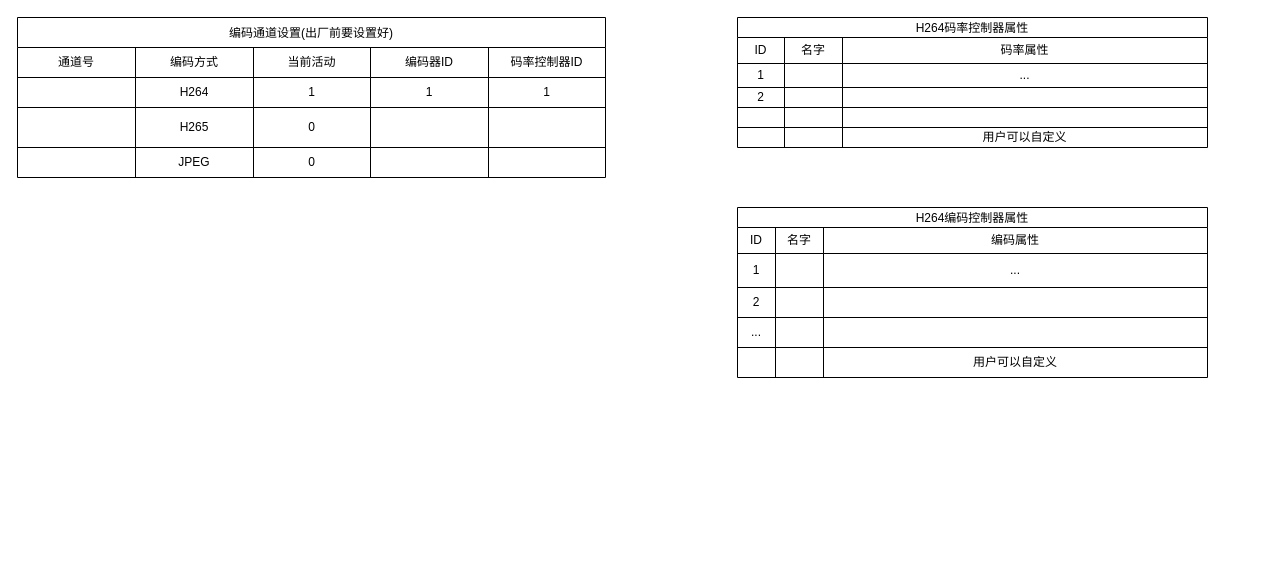
Before: mc6630_venc.drawio in chendong-2023/cmd, a draw.io diagram. Source tidied: cells renumbered, new cells numbered last; positions are measured from the earlier drawing's top-left corner, leaving out a move shared by most shapes. Both pictures are drawn from the tidied source at 100%, with x=0, y=0 at pixel (17, 17).
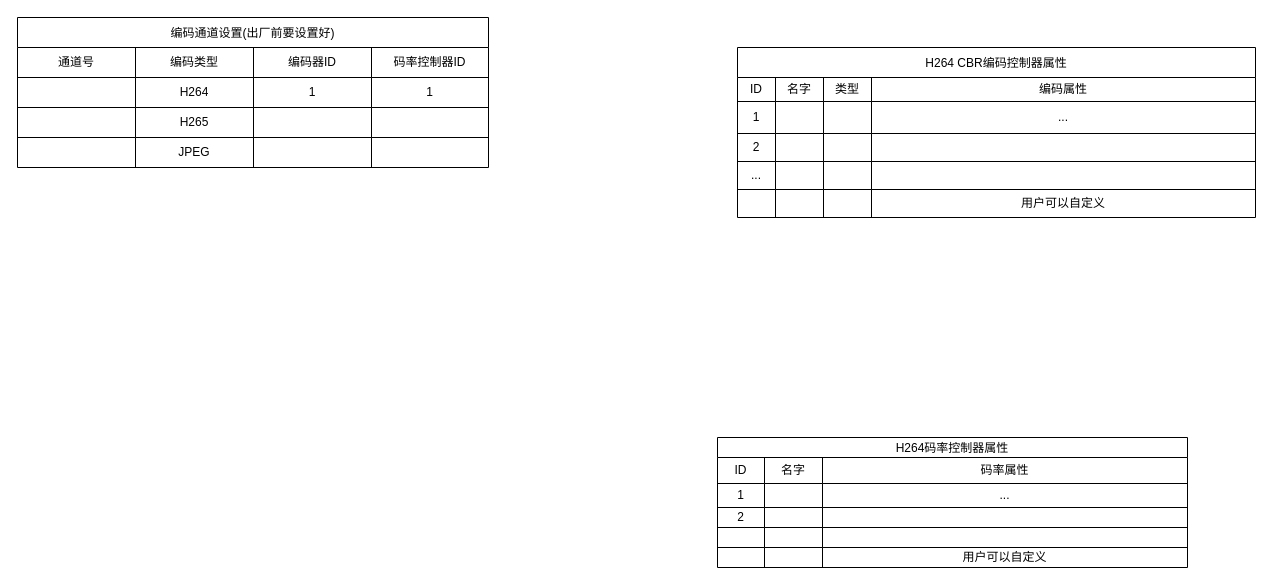
The same diagram, later.

Commit message (it also covers changes not shown here):
更新mc6630_venc

Diff of the diagram source:
```diff
@@
     <mxCell id="3" value="编码通道设置(出厂前要设置好)" style="shape=table;startSize=30;childLayout=tableLayout;" parent="1" vertex="1">
-      <mxGeometry width="588" height="160" as="geometry" />
+      <mxGeometry width="471" height="150" as="geometry" />
     </mxCell>
     <mxCell id="4" style="shape=tableRow;horizontal=0;startSize=0;swimlaneHead=0;swimlaneBody=0;strokeColor=inherit;top=0;left=0;bottom=0;right=0;fillColor=none;" parent="3" vertex="1">
-      <mxGeometry y="30" width="588" height="30" as="geometry" />
+      <mxGeometry y="30" width="471" height="30" as="geometry" />
     </mxCell>
@@
-    <mxCell id="6" value="编码方式" style="shape=partialRectangle;html=1;whiteSpace=wrap;strokeColor=inherit;overflow=hidden;fillColor=none;top=0;left=0;bottom=0;right=0;" parent="4" vertex="1">
+    <mxCell id="6" value="编码类型" style="shape=partialRectangle;html=1;whiteSpace=wrap;strokeColor=inherit;overflow=hidden;fillColor=none;top=0;left=0;bottom=0;right=0;" parent="4" vertex="1">
       <mxGeometry x="118" width="118" height="30" as="geometry" />
     </mxCell>
-    <mxCell id="7" value="当前活动" style="shape=partialRectangle;html=1;whiteSpace=wrap;strokeColor=inherit;overflow=hidden;fillColor=none;top=0;left=0;bottom=0;right=0;" parent="4" vertex="1">
-      <mxGeometry x="236" width="117" height="30" as="geometry" />
-    </mxCell>
     <mxCell id="8" value="编码器ID" style="shape=partialRectangle;html=1;whiteSpace=wrap;strokeColor=inherit;overflow=hidden;fillColor=none;top=0;left=0;bottom=0;right=0;" parent="4" vertex="1">
-      <mxGeometry x="353" width="118" height="30" as="geometry" />
+      <mxGeometry x="236" width="118" height="30" as="geometry" />
     </mxCell>
     <mxCell id="9" value="码率控制器ID" style="shape=partialRectangle;html=1;whiteSpace=wrap;strokeColor=inherit;overflow=hidden;fillColor=none;top=0;left=0;bottom=0;right=0;" parent="4" vertex="1">
-      <mxGeometry x="471" width="117" height="30" as="geometry" />
+      <mxGeometry x="354" width="117" height="30" as="geometry" />
     </mxCell>
     <mxCell id="10" style="shape=tableRow;horizontal=0;startSize=0;swimlaneHead=0;swimlaneBody=0;strokeColor=inherit;top=0;left=0;bottom=0;right=0;fillColor=none;" parent="3" vertex="1">
-      <mxGeometry y="60" width="588" height="30" as="geometry" />
+      <mxGeometry y="60" width="471" height="30" as="geometry" />
     </mxCell>
@@
-    <mxCell id="13" value="1" style="shape=partialRectangle;html=1;whiteSpace=wrap;strokeColor=inherit;overflow=hidden;fillColor=none;top=0;left=0;bottom=0;right=0;" parent="10" vertex="1">
-      <mxGeometry x="236" width="117" height="30" as="geometry" />
-    </mxCell>
     <mxCell id="14" value="1" style="shape=partialRectangle;html=1;whiteSpace=wrap;strokeColor=inherit;overflow=hidden;fillColor=none;top=0;left=0;bottom=0;right=0;" parent="10" vertex="1">
-      <mxGeometry x="353" width="118" height="30" as="geometry" />
+      <mxGeometry x="236" width="118" height="30" as="geometry" />
     </mxCell>
     <mxCell id="15" value="1" style="shape=partialRectangle;html=1;whiteSpace=wrap;strokeColor=inherit;overflow=hidden;fillColor=none;top=0;left=0;bottom=0;right=0;" parent="10" vertex="1">
-      <mxGeometry x="471" width="117" height="30" as="geometry" />
+      <mxGeometry x="354" width="117" height="30" as="geometry" />
     </mxCell>
     <mxCell id="16" style="shape=tableRow;horizontal=0;startSize=0;swimlaneHead=0;swimlaneBody=0;strokeColor=inherit;top=0;left=0;bottom=0;right=0;fillColor=none;" parent="3" vertex="1">
-      <mxGeometry y="90" width="588" height="40" as="geometry" />
+      <mxGeometry y="90" width="471" height="30" as="geometry" />
     </mxCell>
     <mxCell id="17" style="shape=partialRectangle;html=1;whiteSpace=wrap;strokeColor=inherit;overflow=hidden;fillColor=none;top=0;left=0;bottom=0;right=0;" parent="16" vertex="1">
-      <mxGeometry width="118" height="40" as="geometry" />
+      <mxGeometry width="118" height="30" as="geometry" />
     </mxCell>
     <mxCell id="18" value="H265" style="shape=partialRectangle;html=1;whiteSpace=wrap;strokeColor=inherit;overflow=hidden;fillColor=none;top=0;left=0;bottom=0;right=0;" parent="16" vertex="1">
-      <mxGeometry x="118" width="118" height="40" as="geometry" />
+      <mxGeometry x="118" width="118" height="30" as="geometry" />
     </mxCell>
-    <mxCell id="19" value="0" style="shape=partialRectangle;html=1;whiteSpace=wrap;strokeColor=inherit;overflow=hidden;fillColor=none;top=0;left=0;bottom=0;right=0;" parent="16" vertex="1">
-      <mxGeometry x="236" width="117" height="40" as="geometry" />
-    </mxCell>
     <mxCell id="20" style="shape=partialRectangle;html=1;whiteSpace=wrap;strokeColor=inherit;overflow=hidden;fillColor=none;top=0;left=0;bottom=0;right=0;" parent="16" vertex="1">
-      <mxGeometry x="353" width="118" height="40" as="geometry" />
+      <mxGeometry x="236" width="118" height="30" as="geometry" />
     </mxCell>
     <mxCell id="21" style="shape=partialRectangle;html=1;whiteSpace=wrap;strokeColor=inherit;overflow=hidden;fillColor=none;top=0;left=0;bottom=0;right=0;" parent="16" vertex="1">
-      <mxGeometry x="471" width="117" height="40" as="geometry" />
+      <mxGeometry x="354" width="117" height="30" as="geometry" />
     </mxCell>
     <mxCell id="22" style="shape=tableRow;horizontal=0;startSize=0;swimlaneHead=0;swimlaneBody=0;strokeColor=inherit;top=0;left=0;bottom=0;right=0;fillColor=none;" parent="3" vertex="1">
-      <mxGeometry y="130" width="588" height="30" as="geometry" />
+      <mxGeometry y="120" width="471" height="30" as="geometry" />
     </mxCell>
@@
-    <mxCell id="25" value="0" style="shape=partialRectangle;html=1;whiteSpace=wrap;strokeColor=inherit;overflow=hidden;fillColor=none;top=0;left=0;bottom=0;right=0;" parent="22" vertex="1">
-      <mxGeometry x="236" width="117" height="30" as="geometry" />
-    </mxCell>
     <mxCell id="26" style="shape=partialRectangle;html=1;whiteSpace=wrap;strokeColor=inherit;overflow=hidden;fillColor=none;top=0;left=0;bottom=0;right=0;" parent="22" vertex="1">
-      <mxGeometry x="353" width="118" height="30" as="geometry" />
+      <mxGeometry x="236" width="118" height="30" as="geometry" />
     </mxCell>
     <mxCell id="27" style="shape=partialRectangle;html=1;whiteSpace=wrap;strokeColor=inherit;overflow=hidden;fillColor=none;top=0;left=0;bottom=0;right=0;" parent="22" vertex="1">
-      <mxGeometry x="471" width="117" height="30" as="geometry" />
+      <mxGeometry x="354" width="117" height="30" as="geometry" />
     </mxCell>
-    <mxCell id="28" value="H264编码控制器属性" style="shape=table;startSize=20;childLayout=tableLayout;" parent="1" vertex="1">
-      <mxGeometry x="720" y="190" width="470" height="170" as="geometry" />
+    <mxCell id="28" value="H264 CBR编码控制器属性" style="shape=table;startSize=30;childLayout=tableLayout;" parent="1" vertex="1">
+      <mxGeometry x="720" y="30" width="518" height="170" as="geometry" />
     </mxCell>
     <mxCell id="29" style="shape=tableRow;horizontal=0;startSize=0;swimlaneHead=0;swimlaneBody=0;strokeColor=inherit;top=0;left=0;bottom=0;right=0;fillColor=none;" parent="28" vertex="1">
-      <mxGeometry y="20" width="470" height="26" as="geometry" />
+      <mxGeometry y="30" width="518" height="24" as="geometry" />
     </mxCell>
     <mxCell id="30" value="ID" style="shape=partialRectangle;html=1;whiteSpace=wrap;strokeColor=inherit;overflow=hidden;fillColor=none;top=0;left=0;bottom=0;right=0;" parent="29" vertex="1">
-      <mxGeometry width="38" height="26" as="geometry" />
+      <mxGeometry width="38" height="24" as="geometry" />
     </mxCell>
     <mxCell id="31" value="名字" style="shape=partialRectangle;html=1;whiteSpace=wrap;strokeColor=inherit;overflow=hidden;fillColor=none;top=0;left=0;bottom=0;right=0;" parent="29" vertex="1">
-      <mxGeometry x="38" width="48" height="26" as="geometry" />
+      <mxGeometry x="38" width="48" height="24" as="geometry" />
     </mxCell>
+    <mxCell id="70" value="类型" style="shape=partialRectangle;html=1;whiteSpace=wrap;strokeColor=inherit;overflow=hidden;fillColor=none;top=0;left=0;bottom=0;right=0;" parent="29" vertex="1">
+      <mxGeometry x="86" width="48" height="24" as="geometry" />
+    </mxCell>
     <mxCell id="32" value="编码属性" style="shape=partialRectangle;html=1;whiteSpace=wrap;strokeColor=inherit;overflow=hidden;fillColor=none;top=0;left=0;bottom=0;right=0;" parent="29" vertex="1">
-      <mxGeometry x="86" width="384" height="26" as="geometry" />
+      <mxGeometry x="134" width="384" height="24" as="geometry" />
     </mxCell>
     <mxCell id="33" style="shape=tableRow;horizontal=0;startSize=0;swimlaneHead=0;swimlaneBody=0;strokeColor=inherit;top=0;left=0;bottom=0;right=0;fillColor=none;" parent="28" vertex="1">
-      <mxGeometry y="46" width="470" height="34" as="geometry" />
+      <mxGeometry y="54" width="518" height="32" as="geometry" />
     </mxCell>
     <mxCell id="34" value="1" style="shape=partialRectangle;html=1;whiteSpace=wrap;strokeColor=inherit;overflow=hidden;fillColor=none;top=0;left=0;bottom=0;right=0;" parent="33" vertex="1">
-      <mxGeometry width="38" height="34" as="geometry" />
+      <mxGeometry width="38" height="32" as="geometry" />
     </mxCell>
     <mxCell id="35" style="shape=partialRectangle;html=1;whiteSpace=wrap;strokeColor=inherit;overflow=hidden;fillColor=none;top=0;left=0;bottom=0;right=0;" parent="33" vertex="1">
-      <mxGeometry x="38" width="48" height="34" as="geometry" />
+      <mxGeometry x="38" width="48" height="32" as="geometry" />
     </mxCell>
+    <mxCell id="71" style="shape=partialRectangle;html=1;whiteSpace=wrap;strokeColor=inherit;overflow=hidden;fillColor=none;top=0;left=0;bottom=0;right=0;" parent="33" vertex="1">
+      <mxGeometry x="86" width="48" height="32" as="geometry" />
+    </mxCell>
     <mxCell id="36" value="..." style="shape=partialRectangle;html=1;whiteSpace=wrap;strokeColor=inherit;overflow=hidden;fillColor=none;top=0;left=0;bottom=0;right=0;" parent="33" vertex="1">
-      <mxGeometry x="86" width="384" height="34" as="geometry" />
+      <mxGeometry x="134" width="384" height="32" as="geometry" />
     </mxCell>
     <mxCell id="37" style="shape=tableRow;horizontal=0;startSize=0;swimlaneHead=0;swimlaneBody=0;strokeColor=inherit;top=0;left=0;bottom=0;right=0;fillColor=none;" parent="28" vertex="1">
-      <mxGeometry y="80" width="470" height="30" as="geometry" />
+      <mxGeometry y="86" width="518" height="28" as="geometry" />
     </mxCell>
     <mxCell id="38" value="2" style="shape=partialRectangle;html=1;whiteSpace=wrap;strokeColor=inherit;overflow=hidden;fillColor=none;top=0;left=0;bottom=0;right=0;" parent="37" vertex="1">
-      <mxGeometry width="38" height="30" as="geometry" />
+      <mxGeometry width="38" height="28" as="geometry" />
     </mxCell>
     <mxCell id="39" style="shape=partialRectangle;html=1;whiteSpace=wrap;strokeColor=inherit;overflow=hidden;fillColor=none;top=0;left=0;bottom=0;right=0;" parent="37" vertex="1">
-      <mxGeometry x="38" width="48" height="30" as="geometry" />
+      <mxGeometry x="38" width="48" height="28" as="geometry" />
     </mxCell>
+    <mxCell id="72" style="shape=partialRectangle;html=1;whiteSpace=wrap;strokeColor=inherit;overflow=hidden;fillColor=none;top=0;left=0;bottom=0;right=0;" parent="37" vertex="1">
+      <mxGeometry x="86" width="48" height="28" as="geometry" />
+    </mxCell>
     <mxCell id="40" style="shape=partialRectangle;html=1;whiteSpace=wrap;strokeColor=inherit;overflow=hidden;fillColor=none;top=0;left=0;bottom=0;right=0;" parent="37" vertex="1">
-      <mxGeometry x="86" width="384" height="30" as="geometry" />
+      <mxGeometry x="134" width="384" height="28" as="geometry" />
     </mxCell>
     <mxCell id="41" style="shape=tableRow;horizontal=0;startSize=0;swimlaneHead=0;swimlaneBody=0;strokeColor=inherit;top=0;left=0;bottom=0;right=0;fillColor=none;" parent="28" vertex="1">
-      <mxGeometry y="110" width="470" height="30" as="geometry" />
+      <mxGeometry y="114" width="518" height="28" as="geometry" />
     </mxCell>
     <mxCell id="42" value="..." style="shape=partialRectangle;html=1;whiteSpace=wrap;strokeColor=inherit;overflow=hidden;fillColor=none;top=0;left=0;bottom=0;right=0;" parent="41" vertex="1">
-      <mxGeometry width="38" height="30" as="geometry" />
+      <mxGeometry width="38" height="28" as="geometry" />
     </mxCell>
     <mxCell id="43" style="shape=partialRectangle;html=1;whiteSpace=wrap;strokeColor=inherit;overflow=hidden;fillColor=none;top=0;left=0;bottom=0;right=0;" parent="41" vertex="1">
-      <mxGeometry x="38" width="48" height="30" as="geometry" />
+      <mxGeometry x="38" width="48" height="28" as="geometry" />
     </mxCell>
+    <mxCell id="73" style="shape=partialRectangle;html=1;whiteSpace=wrap;strokeColor=inherit;overflow=hidden;fillColor=none;top=0;left=0;bottom=0;right=0;" parent="41" vertex="1">
+      <mxGeometry x="86" width="48" height="28" as="geometry" />
+    </mxCell>
     <mxCell id="44" style="shape=partialRectangle;html=1;whiteSpace=wrap;strokeColor=inherit;overflow=hidden;fillColor=none;top=0;left=0;bottom=0;right=0;" parent="41" vertex="1">
-      <mxGeometry x="86" width="384" height="30" as="geometry" />
+      <mxGeometry x="134" width="384" height="28" as="geometry" />
     </mxCell>
     <mxCell id="45" style="shape=tableRow;horizontal=0;startSize=0;swimlaneHead=0;swimlaneBody=0;strokeColor=inherit;top=0;left=0;bottom=0;right=0;fillColor=none;" parent="28" vertex="1">
-      <mxGeometry y="140" width="470" height="30" as="geometry" />
+      <mxGeometry y="142" width="518" height="28" as="geometry" />
     </mxCell>
     <mxCell id="46" style="shape=partialRectangle;html=1;whiteSpace=wrap;strokeColor=inherit;overflow=hidden;fillColor=none;top=0;left=0;bottom=0;right=0;" parent="45" vertex="1">
-      <mxGeometry width="38" height="30" as="geometry" />
+      <mxGeometry width="38" height="28" as="geometry" />
     </mxCell>
     <mxCell id="47" style="shape=partialRectangle;html=1;whiteSpace=wrap;strokeColor=inherit;overflow=hidden;fillColor=none;top=0;left=0;bottom=0;right=0;" parent="45" vertex="1">
-      <mxGeometry x="38" width="48" height="30" as="geometry" />
+      <mxGeometry x="38" width="48" height="28" as="geometry" />
     </mxCell>
+    <mxCell id="74" style="shape=partialRectangle;html=1;whiteSpace=wrap;strokeColor=inherit;overflow=hidden;fillColor=none;top=0;left=0;bottom=0;right=0;" parent="45" vertex="1">
+      <mxGeometry x="86" width="48" height="28" as="geometry" />
+    </mxCell>
     <mxCell id="48" value="用户可以自定义" style="shape=partialRectangle;html=1;whiteSpace=wrap;strokeColor=inherit;overflow=hidden;fillColor=none;top=0;left=0;bottom=0;right=0;" parent="45" vertex="1">
-      <mxGeometry x="86" width="384" height="30" as="geometry" />
+      <mxGeometry x="134" width="384" height="28" as="geometry" />
     </mxCell>
     <mxCell id="49" value="H264码率控制器属性" style="shape=table;startSize=20;childLayout=tableLayout;" parent="1" vertex="1">
-      <mxGeometry x="720" width="470" height="130" as="geometry" />
+      <mxGeometry x="700" y="420" width="470" height="130" as="geometry" />
     </mxCell>
```
